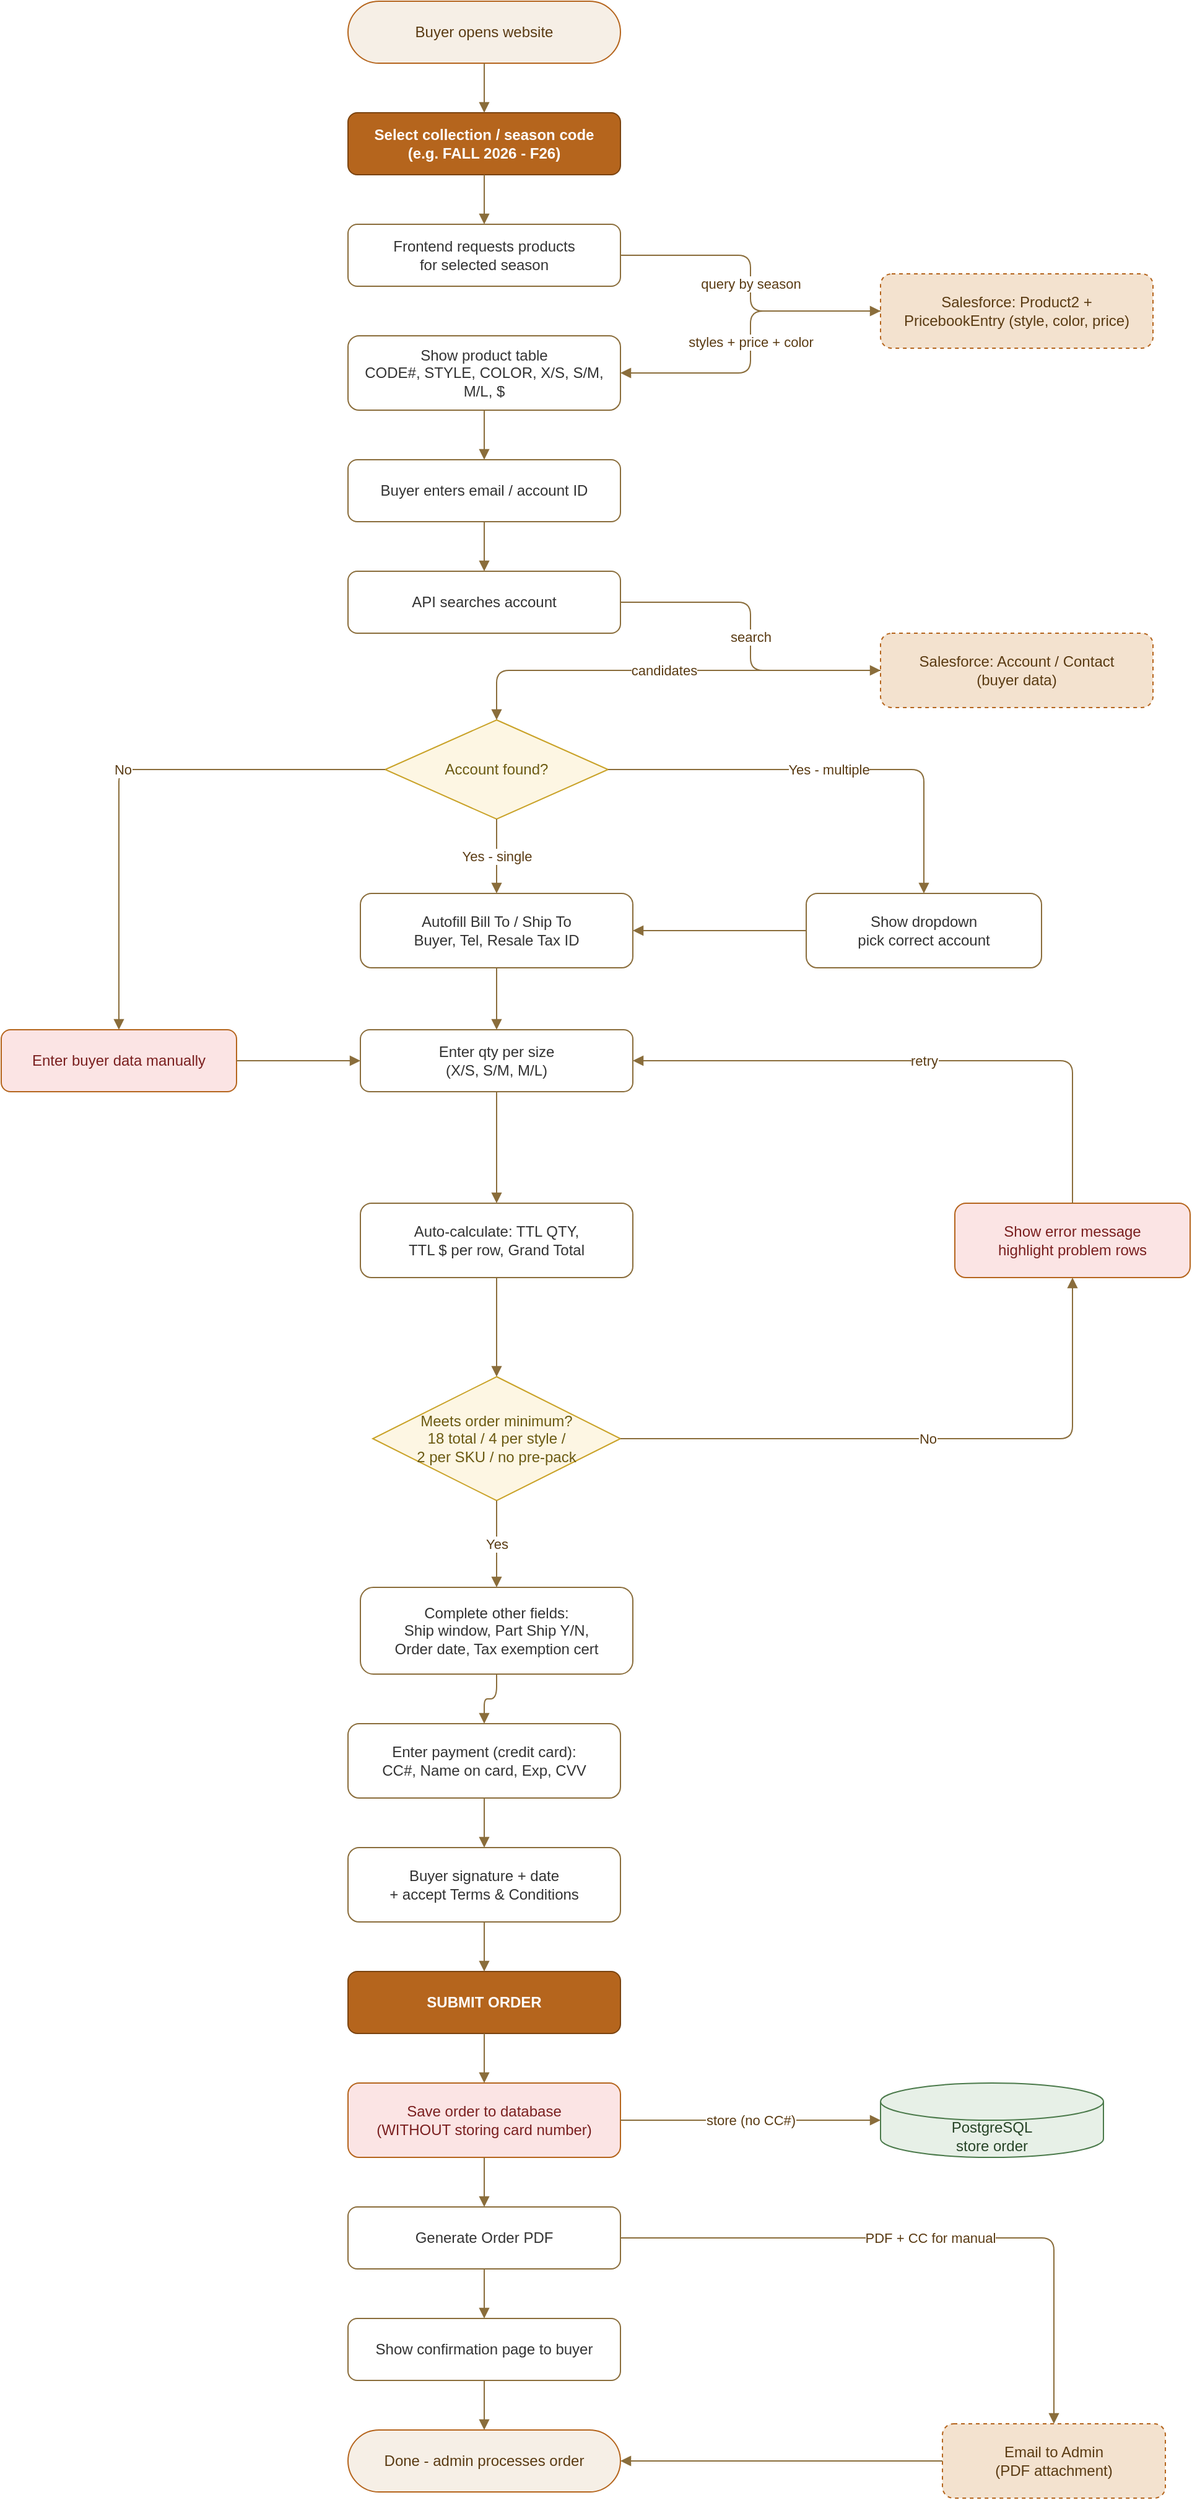
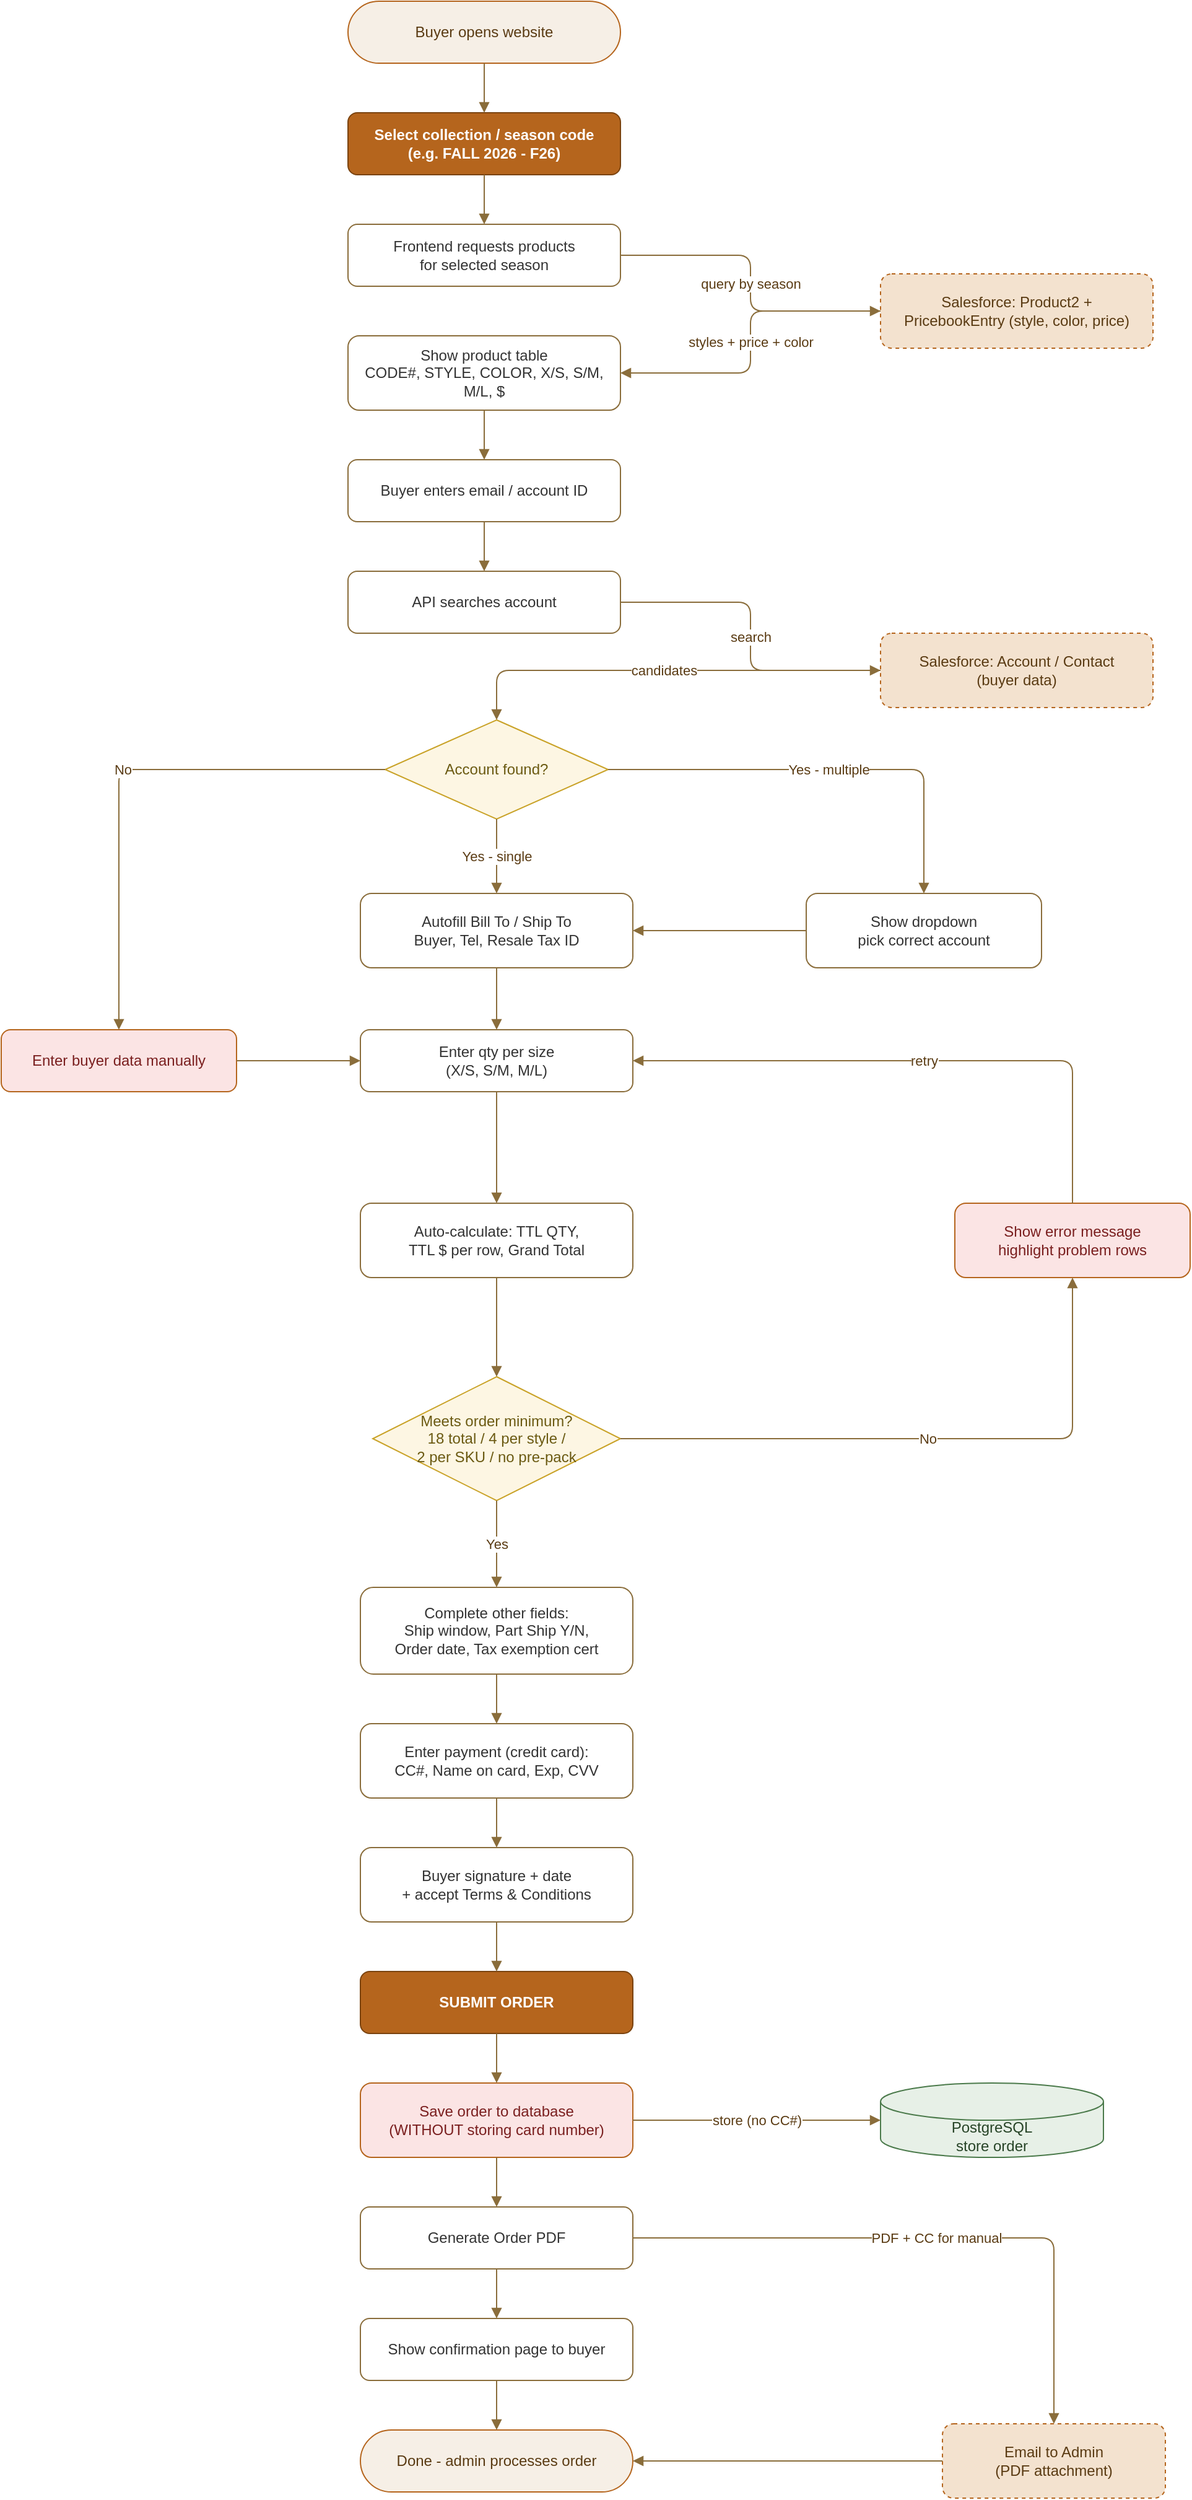
<mxfile host="65bd71144e">
    <diagram id="woodenships-order" name="Wooden Ships Order Flow">
-         <mxGraphModel dx="1666" dy="827" grid="1" gridSize="10" guides="1" tooltips="1" connect="1" arrows="1" fold="1" page="1" pageScale="1" pageWidth="1100" pageHeight="1900" math="0" shadow="0">
+         <mxGraphModel dx="1374" dy="413" grid="1" gridSize="10" guides="1" tooltips="1" connect="1" arrows="1" fold="1" page="1" pageScale="1" pageWidth="1100" pageHeight="1900" math="0" shadow="0">
            <root>
                <mxCell id="0"/>
                <mxCell id="1" parent="0"/>
                <mxCell id="start" value="Buyer opens website" style="rounded=1;whiteSpace=wrap;html=1;fillColor=#f6efe6;strokeColor=#b5651d;arcSize=50;fontColor=#5a3b13;" parent="1" vertex="1">
                    <mxGeometry x="360" y="20" width="220" height="50" as="geometry"/>
                </mxCell>
                <mxCell id="season" value="Select collection / season code&lt;br&gt;(e.g. FALL 2026 - F26)" style="rounded=1;whiteSpace=wrap;html=1;fillColor=#b5651d;strokeColor=#7a430f;fontColor=#ffffff;fontStyle=1;" parent="1" vertex="1">
                    <mxGeometry x="360" y="110" width="220" height="50" as="geometry"/>
                </mxCell>
                <mxCell id="req" value="Frontend requests products&lt;br&gt;for selected season" style="rounded=1;whiteSpace=wrap;html=1;fillColor=#ffffff;strokeColor=#8a6d3b;fontColor=#333333;" parent="1" vertex="1">
                    <mxGeometry x="360" y="200" width="220" height="50" as="geometry"/>
                </mxCell>
                <mxCell id="show" value="Show product table&lt;br&gt;CODE#, STYLE, COLOR, X/S, S/M, M/L, $" style="rounded=1;whiteSpace=wrap;html=1;fillColor=#ffffff;strokeColor=#8a6d3b;fontColor=#333333;" parent="1" vertex="1">
                    <mxGeometry x="360" y="290" width="220" height="60" as="geometry"/>
                </mxCell>
                <mxCell id="buyer" value="Buyer enters email / account ID" style="rounded=1;whiteSpace=wrap;html=1;fillColor=#ffffff;strokeColor=#8a6d3b;fontColor=#333333;" parent="1" vertex="1">
                    <mxGeometry x="360" y="390" width="220" height="50" as="geometry"/>
                </mxCell>
                <mxCell id="api2" value="API searches account" style="rounded=1;whiteSpace=wrap;html=1;fillColor=#ffffff;strokeColor=#8a6d3b;fontColor=#333333;" parent="1" vertex="1">
                    <mxGeometry x="360" y="480" width="220" height="50" as="geometry"/>
                </mxCell>
                <mxCell id="match" value="Account found?" style="rhombus;whiteSpace=wrap;html=1;fillColor=#fdf6e3;strokeColor=#c9a227;fontColor=#6b5a12;" parent="1" vertex="1">
                    <mxGeometry x="390" y="600" width="180" height="80" as="geometry"/>
                </mxCell>
                <mxCell id="autofill" value="Autofill Bill To / Ship To&lt;br&gt;Buyer, Tel, Resale Tax ID" style="rounded=1;whiteSpace=wrap;html=1;fillColor=#ffffff;strokeColor=#8a6d3b;fontColor=#333333;" parent="1" vertex="1">
                    <mxGeometry x="370" y="740" width="220" height="60" as="geometry"/>
                </mxCell>
                <mxCell id="qty" value="Enter qty per size&lt;br&gt;(X/S, S/M, M/L)" style="rounded=1;whiteSpace=wrap;html=1;fillColor=#ffffff;strokeColor=#8a6d3b;fontColor=#333333;" parent="1" vertex="1">
                    <mxGeometry x="370" y="850" width="220" height="50" as="geometry"/>
                </mxCell>
                <mxCell id="calc" value="Auto-calculate: TTL QTY,&lt;br&gt;TTL $ per row, Grand Total" style="rounded=1;whiteSpace=wrap;html=1;fillColor=#ffffff;strokeColor=#8a6d3b;fontColor=#333333;" parent="1" vertex="1">
                    <mxGeometry x="370" y="990" width="220" height="60" as="geometry"/>
                </mxCell>
                <mxCell id="valid" value="Meets order minimum?&lt;br&gt;18 total / 4 per style /&lt;br&gt;2 per SKU / no pre-pack" style="rhombus;whiteSpace=wrap;html=1;fillColor=#fdf6e3;strokeColor=#c9a227;fontColor=#6b5a12;" parent="1" vertex="1">
                    <mxGeometry x="380" y="1130" width="200" height="100" as="geometry"/>
                </mxCell>
                <mxCell id="details" value="Complete other fields:&lt;br&gt;Ship window, Part Ship Y/N,&lt;br&gt;Order date, Tax exemption cert" style="rounded=1;whiteSpace=wrap;html=1;fillColor=#ffffff;strokeColor=#8a6d3b;fontColor=#333333;" parent="1" vertex="1">
                    <mxGeometry x="370" y="1300" width="220" height="70" as="geometry"/>
                </mxCell>
                <mxCell id="pay" value="Enter payment (credit card):&lt;br&gt;CC#, Name on card, Exp, CVV" style="rounded=1;whiteSpace=wrap;html=1;fillColor=#ffffff;strokeColor=#8a6d3b;fontColor=#333333;" parent="1" vertex="1">
-                     <mxGeometry x="360" y="1410" width="220" height="60" as="geometry"/>
+                     <mxGeometry x="370" y="1410" width="220" height="60" as="geometry"/>
                </mxCell>
                <mxCell id="sign" value="Buyer signature + date&lt;br&gt;+ accept Terms &amp; Conditions" style="rounded=1;whiteSpace=wrap;html=1;fillColor=#ffffff;strokeColor=#8a6d3b;fontColor=#333333;" parent="1" vertex="1">
-                     <mxGeometry x="360" y="1510" width="220" height="60" as="geometry"/>
+                     <mxGeometry x="370" y="1510" width="220" height="60" as="geometry"/>
                </mxCell>
                <mxCell id="submit" value="SUBMIT ORDER" style="rounded=1;whiteSpace=wrap;html=1;fillColor=#b5651d;strokeColor=#7a430f;fontColor=#ffffff;fontStyle=1;" parent="1" vertex="1">
-                     <mxGeometry x="360" y="1610" width="220" height="50" as="geometry"/>
+                     <mxGeometry x="370" y="1610" width="220" height="50" as="geometry"/>
                </mxCell>
                <mxCell id="save" value="Save order to database&lt;br&gt;(WITHOUT storing card number)" style="rounded=1;whiteSpace=wrap;html=1;fillColor=#fbe4e4;strokeColor=#b5651d;fontColor=#7a1f1f;" parent="1" vertex="1">
-                     <mxGeometry x="360" y="1700" width="220" height="60" as="geometry"/>
+                     <mxGeometry x="370" y="1700" width="220" height="60" as="geometry"/>
                </mxCell>
                <mxCell id="pdf" value="Generate Order PDF" style="rounded=1;whiteSpace=wrap;html=1;fillColor=#ffffff;strokeColor=#8a6d3b;fontColor=#333333;" parent="1" vertex="1">
-                     <mxGeometry x="360" y="1800" width="220" height="50" as="geometry"/>
+                     <mxGeometry x="370" y="1800" width="220" height="50" as="geometry"/>
                </mxCell>
                <mxCell id="confirm" value="Show confirmation page to buyer" style="rounded=1;whiteSpace=wrap;html=1;fillColor=#ffffff;strokeColor=#8a6d3b;fontColor=#333333;" parent="1" vertex="1">
-                     <mxGeometry x="360" y="1890" width="220" height="50" as="geometry"/>
+                     <mxGeometry x="370" y="1890" width="220" height="50" as="geometry"/>
                </mxCell>
                <mxCell id="done" value="Done - admin processes order" style="rounded=1;whiteSpace=wrap;html=1;fillColor=#f6efe6;strokeColor=#b5651d;arcSize=50;fontColor=#5a3b13;" parent="1" vertex="1">
-                     <mxGeometry x="360" y="1980" width="220" height="50" as="geometry"/>
+                     <mxGeometry x="370" y="1980" width="220" height="50" as="geometry"/>
                </mxCell>
                <mxCell id="pick" value="Show dropdown&lt;br&gt;pick correct account" style="rounded=1;whiteSpace=wrap;html=1;fillColor=#ffffff;strokeColor=#8a6d3b;fontColor=#333333;" parent="1" vertex="1">
                    <mxGeometry x="730" y="740" width="190" height="60" as="geometry"/>
                </mxCell>
                <mxCell id="manual" value="Enter buyer data manually" style="rounded=1;whiteSpace=wrap;html=1;fillColor=#fbe4e4;strokeColor=#b5651d;fontColor=#7a1f1f;" parent="1" vertex="1">
                    <mxGeometry x="80" y="850" width="190" height="50" as="geometry"/>
                </mxCell>
                <mxCell id="err" value="Show error message&lt;br&gt;highlight problem rows" style="rounded=1;whiteSpace=wrap;html=1;fillColor=#fbe4e4;strokeColor=#b5651d;fontColor=#7a1f1f;" parent="1" vertex="1">
                    <mxGeometry x="850" y="990" width="190" height="60" as="geometry"/>
                </mxCell>
                <mxCell id="sfprod" value="Salesforce: Product2 +&lt;br&gt;PricebookEntry (style, color, price)" style="rounded=1;whiteSpace=wrap;html=1;fillColor=#f3e2cf;strokeColor=#b5651d;fontColor=#5a3b13;dashed=1;" parent="1" vertex="1">
                    <mxGeometry x="790" y="240" width="220" height="60" as="geometry"/>
                </mxCell>
                <mxCell id="sfacc" value="Salesforce: Account / Contact&lt;br&gt;(buyer data)" style="rounded=1;whiteSpace=wrap;html=1;fillColor=#f3e2cf;strokeColor=#b5651d;fontColor=#5a3b13;dashed=1;" parent="1" vertex="1">
                    <mxGeometry x="790" y="530" width="220" height="60" as="geometry"/>
                </mxCell>
                <mxCell id="db" value="PostgreSQL&lt;br&gt;store order" style="shape=cylinder3;whiteSpace=wrap;html=1;boundedLbl=1;backgroundOutline=1;fillColor=#e7f0e7;strokeColor=#4b7a4b;fontColor=#274427;" parent="1" vertex="1">
                    <mxGeometry x="790" y="1700" width="180" height="60" as="geometry"/>
                </mxCell>
                <mxCell id="mail" value="Email to Admin&lt;br&gt;(PDF attachment)" style="rounded=1;whiteSpace=wrap;html=1;fillColor=#f3e2cf;strokeColor=#b5651d;fontColor=#5a3b13;dashed=1;" parent="1" vertex="1">
                    <mxGeometry x="840" y="1975" width="180" height="60" as="geometry"/>
                </mxCell>
                <mxCell id="e0" value="" style="edgeStyle=orthogonalEdgeStyle;rounded=1;html=1;strokeColor=#8a6d3b;fontColor=#5a3b13;endArrow=block;" parent="1" source="start" target="season" edge="1">
                    <mxGeometry relative="1" as="geometry"/>
                </mxCell>
                <mxCell id="e1" value="" style="edgeStyle=orthogonalEdgeStyle;rounded=1;html=1;strokeColor=#8a6d3b;fontColor=#5a3b13;endArrow=block;" parent="1" source="season" target="req" edge="1">
                    <mxGeometry relative="1" as="geometry"/>
                </mxCell>
                <mxCell id="e2" value="query by season" style="edgeStyle=orthogonalEdgeStyle;rounded=1;html=1;strokeColor=#8a6d3b;fontColor=#5a3b13;endArrow=block;" parent="1" source="req" target="sfprod" edge="1">
                    <mxGeometry relative="1" as="geometry"/>
                </mxCell>
                <mxCell id="e3" value="styles + price + color" style="edgeStyle=orthogonalEdgeStyle;rounded=1;html=1;strokeColor=#8a6d3b;fontColor=#5a3b13;endArrow=block;" parent="1" source="sfprod" target="show" edge="1">
                    <mxGeometry relative="1" as="geometry"/>
                </mxCell>
                <mxCell id="e4" value="" style="edgeStyle=orthogonalEdgeStyle;rounded=1;html=1;strokeColor=#8a6d3b;fontColor=#5a3b13;endArrow=block;" parent="1" source="show" target="buyer" edge="1">
                    <mxGeometry relative="1" as="geometry"/>
                </mxCell>
                <mxCell id="e5" value="" style="edgeStyle=orthogonalEdgeStyle;rounded=1;html=1;strokeColor=#8a6d3b;fontColor=#5a3b13;endArrow=block;" parent="1" source="buyer" target="api2" edge="1">
                    <mxGeometry relative="1" as="geometry"/>
                </mxCell>
                <mxCell id="e6" value="search" style="edgeStyle=orthogonalEdgeStyle;rounded=1;html=1;strokeColor=#8a6d3b;fontColor=#5a3b13;endArrow=block;" parent="1" source="api2" target="sfacc" edge="1">
                    <mxGeometry relative="1" as="geometry"/>
                </mxCell>
                <mxCell id="e7" value="candidates" style="edgeStyle=orthogonalEdgeStyle;rounded=1;html=1;strokeColor=#8a6d3b;fontColor=#5a3b13;endArrow=block;" parent="1" source="sfacc" target="match" edge="1">
                    <mxGeometry relative="1" as="geometry"/>
                </mxCell>
                <mxCell id="e8" value="Yes - multiple" style="edgeStyle=orthogonalEdgeStyle;rounded=1;html=1;strokeColor=#8a6d3b;fontColor=#5a3b13;endArrow=block;" parent="1" source="match" target="pick" edge="1">
                    <mxGeometry relative="1" as="geometry"/>
                </mxCell>
                <mxCell id="e9" value="Yes - single" style="edgeStyle=orthogonalEdgeStyle;rounded=1;html=1;strokeColor=#8a6d3b;fontColor=#5a3b13;endArrow=block;" parent="1" source="match" target="autofill" edge="1">
                    <mxGeometry relative="1" as="geometry"/>
                </mxCell>
                <mxCell id="e10" value="No" style="edgeStyle=orthogonalEdgeStyle;rounded=1;html=1;strokeColor=#8a6d3b;fontColor=#5a3b13;endArrow=block;" parent="1" source="match" target="manual" edge="1">
                    <mxGeometry relative="1" as="geometry"/>
                </mxCell>
                <mxCell id="e11" value="" style="edgeStyle=orthogonalEdgeStyle;rounded=1;html=1;strokeColor=#8a6d3b;fontColor=#5a3b13;endArrow=block;" parent="1" source="pick" target="autofill" edge="1">
                    <mxGeometry relative="1" as="geometry"/>
                </mxCell>
                <mxCell id="e12" value="" style="edgeStyle=orthogonalEdgeStyle;rounded=1;html=1;strokeColor=#8a6d3b;fontColor=#5a3b13;endArrow=block;" parent="1" source="manual" target="qty" edge="1">
                    <mxGeometry relative="1" as="geometry"/>
                </mxCell>
                <mxCell id="e13" value="" style="edgeStyle=orthogonalEdgeStyle;rounded=1;html=1;strokeColor=#8a6d3b;fontColor=#5a3b13;endArrow=block;" parent="1" source="autofill" target="qty" edge="1">
                    <mxGeometry relative="1" as="geometry"/>
                </mxCell>
                <mxCell id="e14" value="" style="edgeStyle=orthogonalEdgeStyle;rounded=1;html=1;strokeColor=#8a6d3b;fontColor=#5a3b13;endArrow=block;" parent="1" source="qty" target="calc" edge="1">
                    <mxGeometry relative="1" as="geometry"/>
                </mxCell>
                <mxCell id="e15" value="" style="edgeStyle=orthogonalEdgeStyle;rounded=1;html=1;strokeColor=#8a6d3b;fontColor=#5a3b13;endArrow=block;" parent="1" source="calc" target="valid" edge="1">
                    <mxGeometry relative="1" as="geometry"/>
                </mxCell>
                <mxCell id="e16" value="No" style="edgeStyle=orthogonalEdgeStyle;rounded=1;html=1;strokeColor=#8a6d3b;fontColor=#5a3b13;endArrow=block;" parent="1" source="valid" target="err" edge="1">
                    <mxGeometry relative="1" as="geometry"/>
                </mxCell>
                <mxCell id="e17" value="retry" style="edgeStyle=orthogonalEdgeStyle;rounded=1;html=1;strokeColor=#8a6d3b;fontColor=#5a3b13;endArrow=block;entryX=1;entryY=0.5;entryDx=0;entryDy=0;" parent="1" source="err" target="qty" edge="1">
                    <mxGeometry relative="1" as="geometry">
                        <Array as="points">
                            <mxPoint x="945" y="875"/>
                        </Array>
                    </mxGeometry>
                </mxCell>
                <mxCell id="e18" value="Yes" style="edgeStyle=orthogonalEdgeStyle;rounded=1;html=1;strokeColor=#8a6d3b;fontColor=#5a3b13;endArrow=block;" parent="1" source="valid" target="details" edge="1">
                    <mxGeometry relative="1" as="geometry"/>
                </mxCell>
                <mxCell id="e19" value="" style="edgeStyle=orthogonalEdgeStyle;rounded=1;html=1;strokeColor=#8a6d3b;fontColor=#5a3b13;endArrow=block;" parent="1" source="details" target="pay" edge="1">
                    <mxGeometry relative="1" as="geometry"/>
                </mxCell>
                <mxCell id="e20" value="" style="edgeStyle=orthogonalEdgeStyle;rounded=1;html=1;strokeColor=#8a6d3b;fontColor=#5a3b13;endArrow=block;" parent="1" source="pay" target="sign" edge="1">
                    <mxGeometry relative="1" as="geometry"/>
                </mxCell>
                <mxCell id="e21" value="" style="edgeStyle=orthogonalEdgeStyle;rounded=1;html=1;strokeColor=#8a6d3b;fontColor=#5a3b13;endArrow=block;" parent="1" source="sign" target="submit" edge="1">
                    <mxGeometry relative="1" as="geometry"/>
                </mxCell>
                <mxCell id="e22" value="" style="edgeStyle=orthogonalEdgeStyle;rounded=1;html=1;strokeColor=#8a6d3b;fontColor=#5a3b13;endArrow=block;" parent="1" source="submit" target="save" edge="1">
                    <mxGeometry relative="1" as="geometry"/>
                </mxCell>
                <mxCell id="e23" value="store (no CC#)" style="edgeStyle=orthogonalEdgeStyle;rounded=1;html=1;strokeColor=#8a6d3b;fontColor=#5a3b13;endArrow=block;" parent="1" source="save" target="db" edge="1">
                    <mxGeometry relative="1" as="geometry"/>
                </mxCell>
                <mxCell id="e24" value="" style="edgeStyle=orthogonalEdgeStyle;rounded=1;html=1;strokeColor=#8a6d3b;fontColor=#5a3b13;endArrow=block;" parent="1" source="save" target="pdf" edge="1">
                    <mxGeometry relative="1" as="geometry"/>
                </mxCell>
                <mxCell id="e25" value="PDF + CC for manual" style="edgeStyle=orthogonalEdgeStyle;rounded=1;html=1;strokeColor=#8a6d3b;fontColor=#5a3b13;endArrow=block;" parent="1" source="pdf" target="mail" edge="1">
                    <mxGeometry relative="1" as="geometry"/>
                </mxCell>
                <mxCell id="e26" value="" style="edgeStyle=orthogonalEdgeStyle;rounded=1;html=1;strokeColor=#8a6d3b;fontColor=#5a3b13;endArrow=block;" parent="1" source="pdf" target="confirm" edge="1">
                    <mxGeometry relative="1" as="geometry"/>
                </mxCell>
                <mxCell id="e27" value="" style="edgeStyle=orthogonalEdgeStyle;rounded=1;html=1;strokeColor=#8a6d3b;fontColor=#5a3b13;endArrow=block;" parent="1" source="mail" target="done" edge="1">
                    <mxGeometry relative="1" as="geometry"/>
                </mxCell>
                <mxCell id="e28" value="" style="edgeStyle=orthogonalEdgeStyle;rounded=1;html=1;strokeColor=#8a6d3b;fontColor=#5a3b13;endArrow=block;" parent="1" source="confirm" target="done" edge="1">
                    <mxGeometry relative="1" as="geometry"/>
                </mxCell>
            </root>
        </mxGraphModel>
    </diagram>
</mxfile>